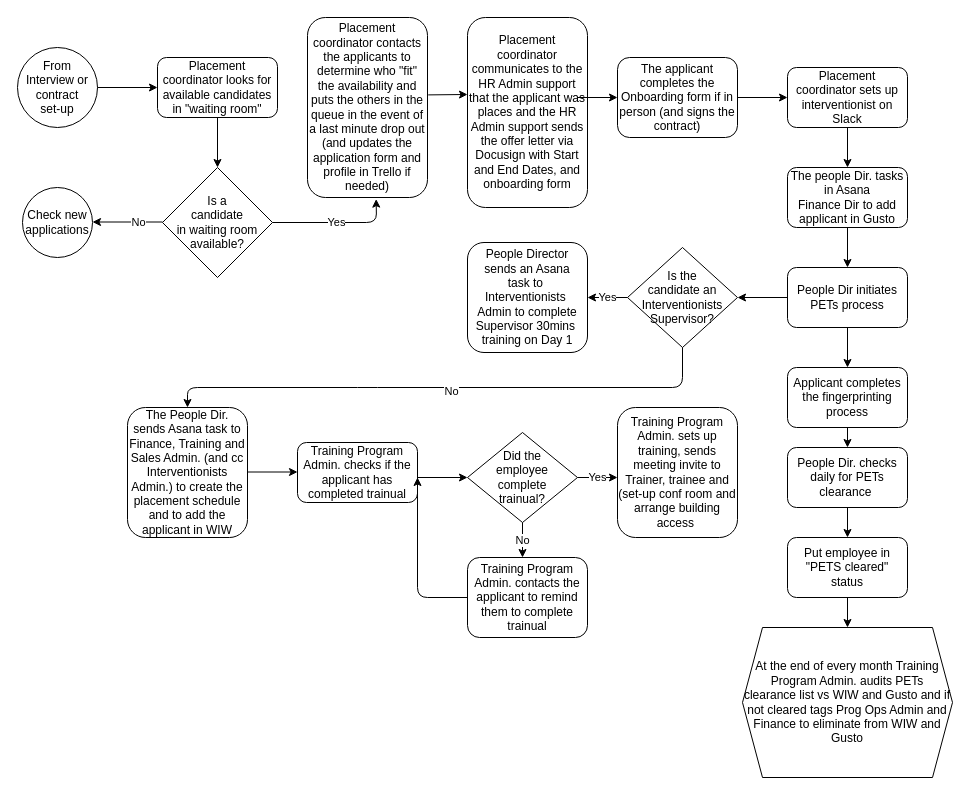
Earlier version of the draw.io diagram Untitled Diagram.drawio (MatzKing/share-course). Source tidied: cells renumbered, new cells numbered last; positions are measured from the earlier drawing's top-left corner, leaving out a move shared by most shapes. Both pictures are drawn from the tidied source at 100%, with x=0, y=0 at pixel (17, 17).
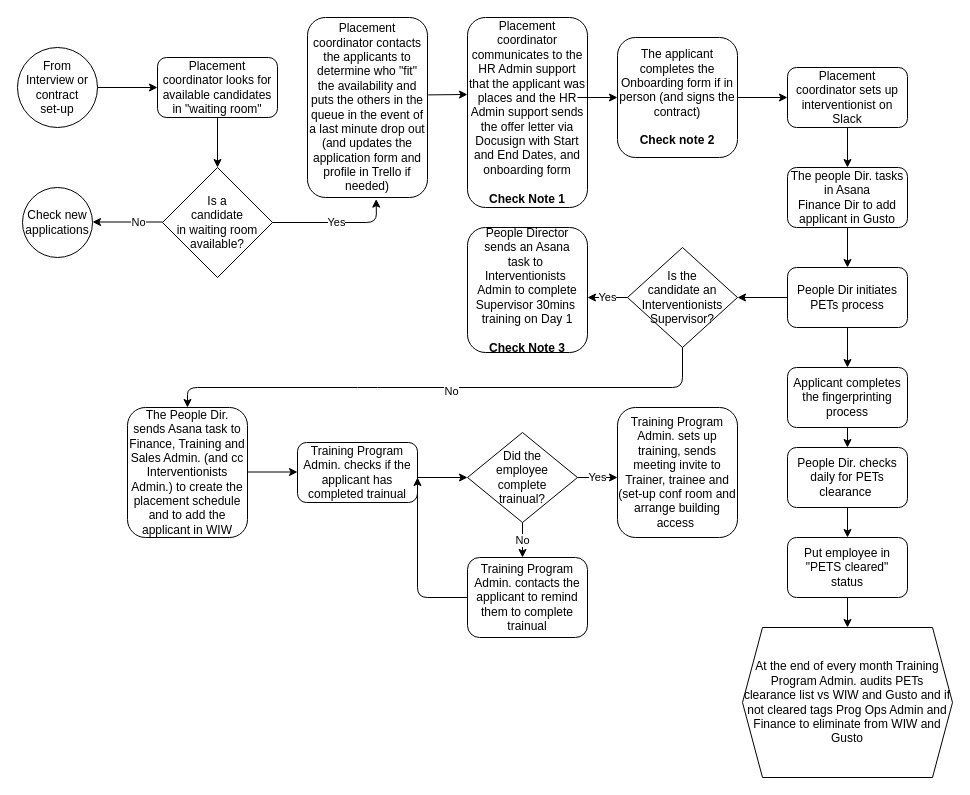
Above is the later version.

Diff of the diagram source:
```diff
@@
-    <mxCell id="13" value="Placement coordinator communicates to the HR Admin support that the applicant was places and the HR Admin support sends the offer letter via Docusign with Start and End Dates, and onboarding form" style="rounded=1;whiteSpace=wrap;html=1;" parent="1" vertex="1">
+    <mxCell id="13" value="Placement coordinator communicates to the HR Admin support that the applicant was places and the HR Admin support sends the offer letter via Docusign with Start and End Dates, and onboarding form&lt;br&gt;&lt;br&gt;&lt;b&gt;Check Note 1&lt;/b&gt;" style="rounded=1;whiteSpace=wrap;html=1;" parent="1" vertex="1">
       <mxGeometry x="450" width="120" height="190" as="geometry" />
     </mxCell>
@@
-    <mxCell id="15" value="The applicant completes the Onboarding form if in person (and signs the contract)" style="rounded=1;whiteSpace=wrap;html=1;" parent="1" vertex="1">
-      <mxGeometry x="600" y="40" width="120" height="80" as="geometry" />
+    <mxCell id="15" value="The applicant completes the Onboarding form if in person (and signs the contract)&lt;br&gt;&lt;br&gt;&lt;b&gt;Check note 2&lt;/b&gt;" style="rounded=1;whiteSpace=wrap;html=1;" parent="1" vertex="1">
+      <mxGeometry x="600" y="20" width="120" height="120" as="geometry" />
     </mxCell>
@@
-    <mxCell id="26" value="People Director&lt;br&gt;sends an Asana&lt;br&gt;task to&amp;nbsp;&lt;br&gt;Interventionists&amp;nbsp;&lt;br&gt;Admin to complete&lt;br&gt;Supervisor 30mins&amp;nbsp;&lt;br&gt;training on Day 1" style="rounded=1;whiteSpace=wrap;html=1;" parent="1" vertex="1">
-      <mxGeometry x="450" y="225" width="120" height="110" as="geometry" />
+    <mxCell id="26" value="People Director&lt;br&gt;sends an Asana&lt;br&gt;task to&amp;nbsp;&lt;br&gt;Interventionists&amp;nbsp;&lt;br&gt;Admin to complete&lt;br&gt;Supervisor 30mins&amp;nbsp;&lt;br&gt;training on Day 1&lt;br&gt;&lt;br&gt;&lt;b&gt;Check Note 3&lt;/b&gt;" style="rounded=1;whiteSpace=wrap;html=1;" parent="1" vertex="1">
+      <mxGeometry x="450" y="210" width="120" height="125" as="geometry" />
     </mxCell>
```
